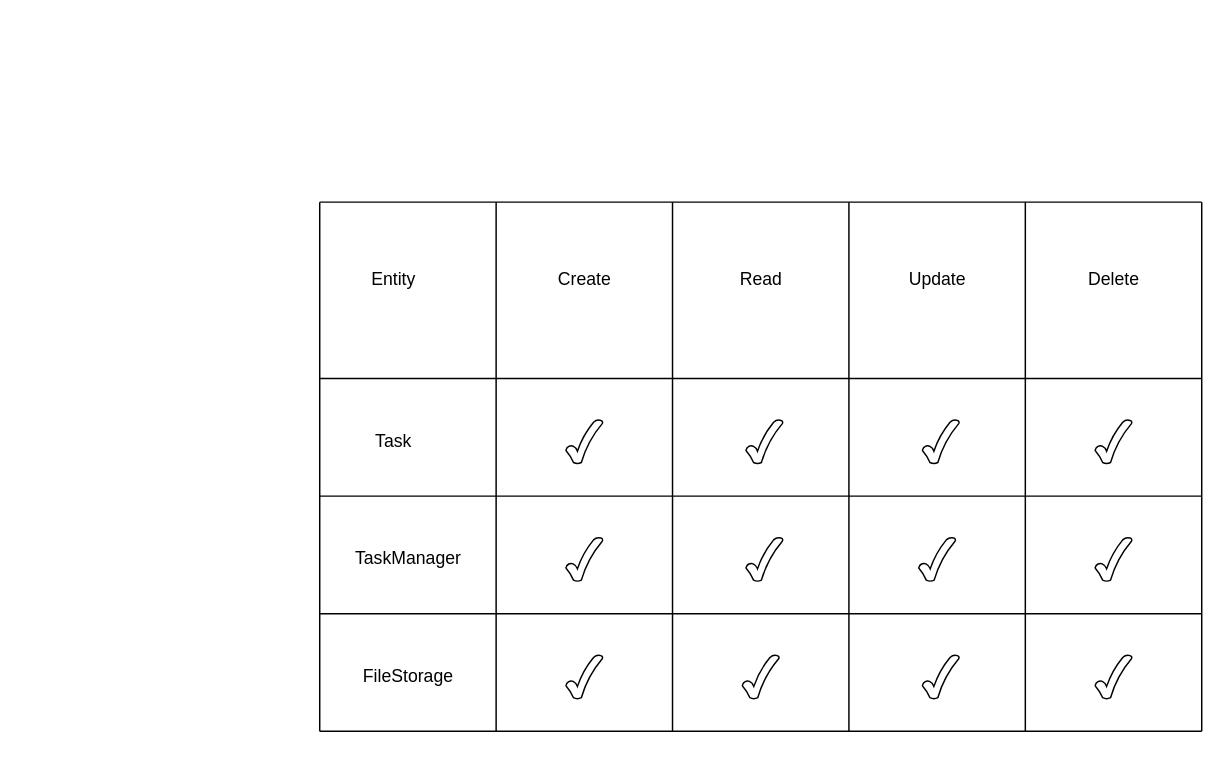
Before: CRUD Matrix.drawio in ouditt/stickynotes, a draw.io diagram. Source tidied: cells renumbered, new cells numbered last; positions are measured from the earlier drawing's top-left corner, leaving out a move shared by most shapes. Both pictures are drawn from the tidied source at 147%, with x=0, y=0 at pixel (319, 201).
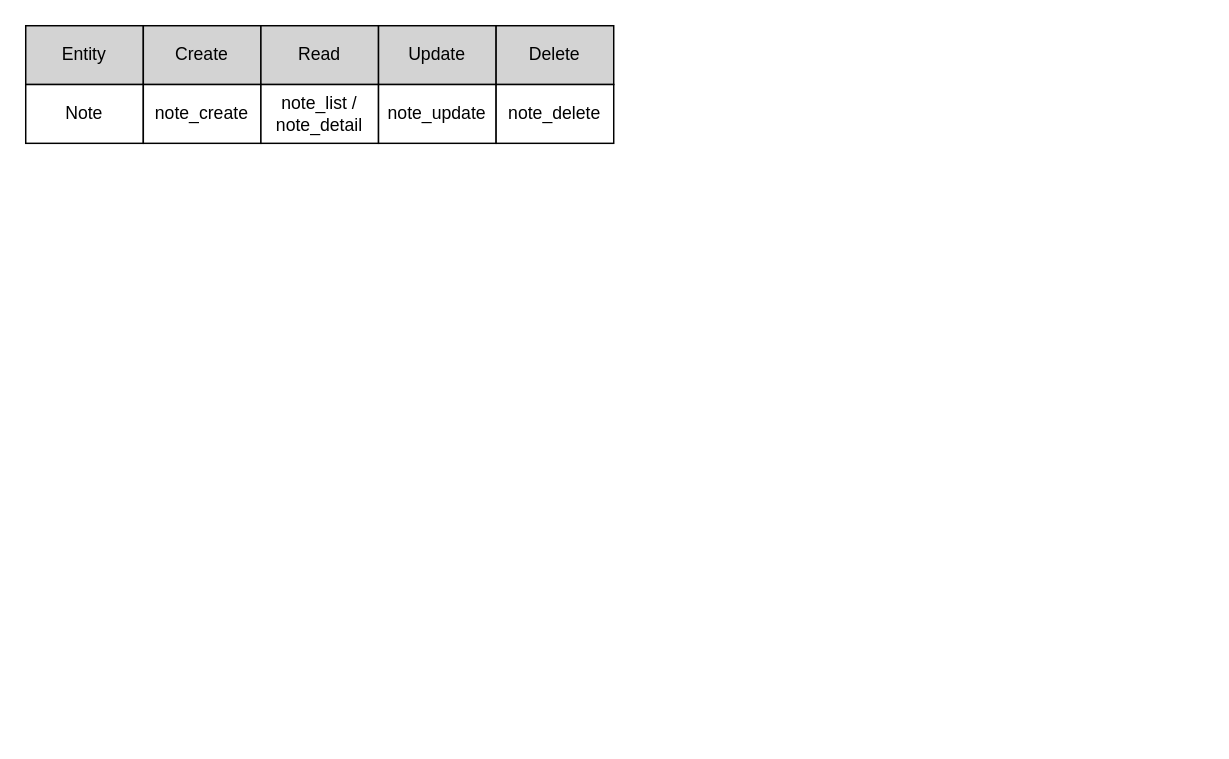
After the change.

Diff of the diagram source:
```diff
@@
-    <mxCell id="2" style="endArrow=none;html=1;rounded=0;" parent="1" edge="1">
-      <mxGeometry relative="1" as="geometry">
-        <mxPoint y="360" as="sourcePoint" />
-        <mxPoint as="targetPoint" />
-      </mxGeometry>
-    </mxCell>
-    <mxCell id="3" style="endArrow=none;html=1;rounded=0;" parent="1" edge="1">
-      <mxGeometry relative="1" as="geometry">
-        <mxPoint x="600" y="360" as="sourcePoint" />
-        <mxPoint x="600" as="targetPoint" />
-      </mxGeometry>
-    </mxCell>
-    <mxCell id="4" style="endArrow=none;html=1;rounded=0;" parent="1" edge="1">
-      <mxGeometry relative="1" as="geometry">
-        <mxPoint x="120" y="360" as="sourcePoint" />
-        <mxPoint x="120" as="targetPoint" />
-      </mxGeometry>
-    </mxCell>
-    <mxCell id="5" style="endArrow=none;html=1;rounded=0;" parent="1" edge="1">
-      <mxGeometry relative="1" as="geometry">
-        <mxPoint x="240" y="360" as="sourcePoint" />
-        <mxPoint x="240" as="targetPoint" />
-      </mxGeometry>
-    </mxCell>
-    <mxCell id="6" style="endArrow=none;html=1;rounded=0;" parent="1" edge="1">
-      <mxGeometry relative="1" as="geometry">
-        <mxPoint x="360" y="360" as="sourcePoint" />
-        <mxPoint x="360" as="targetPoint" />
-      </mxGeometry>
-    </mxCell>
-    <mxCell id="7" style="endArrow=none;html=1;rounded=0;" parent="1" edge="1">
-      <mxGeometry relative="1" as="geometry">
-        <mxPoint x="480" y="360" as="sourcePoint" />
-        <mxPoint x="480" as="targetPoint" />
-      </mxGeometry>
-    </mxCell>
-    <mxCell id="8" style="endArrow=none;html=1;rounded=0;" parent="1" edge="1">
-      <mxGeometry relative="1" as="geometry">
-        <mxPoint as="sourcePoint" />
-        <mxPoint x="600" as="targetPoint" />
-      </mxGeometry>
-    </mxCell>
-    <mxCell id="9" style="endArrow=none;html=1;rounded=0;" parent="1" edge="1">
-      <mxGeometry relative="1" as="geometry">
-        <mxPoint y="200" as="sourcePoint" />
-        <mxPoint x="600" y="200" as="targetPoint" />
-      </mxGeometry>
-    </mxCell>
-    <mxCell id="10" style="endArrow=none;html=1;rounded=0;" parent="1" edge="1">
-      <mxGeometry relative="1" as="geometry">
-        <mxPoint y="280" as="sourcePoint" />
-        <mxPoint x="600" y="280" as="targetPoint" />
-      </mxGeometry>
-    </mxCell>
-    <mxCell id="11" style="endArrow=none;html=1;rounded=0;" parent="1" edge="1">
-      <mxGeometry relative="1" as="geometry">
-        <mxPoint y="360" as="sourcePoint" />
-        <mxPoint x="600" y="360" as="targetPoint" />
-      </mxGeometry>
-    </mxCell>
-    <mxCell id="12" style="endArrow=none;html=1;rounded=0;" parent="1" edge="1">
-      <mxGeometry relative="1" as="geometry">
-        <mxPoint y="120" as="sourcePoint" />
-        <mxPoint x="600" y="120" as="targetPoint" />
-      </mxGeometry>
-    </mxCell>
-    <mxCell id="13" value="Entity" style="text;html=1;align=center;verticalAlign=middle;strokeColor=none;fillColor=none;" parent="1" vertex="1">
-      <mxGeometry x="25" y="38" width="50" height="30" as="geometry" />
+    <mxCell id="13" value="Entity" style="shape=rectangle;whiteSpace=wrap;html=1;fillColor=#D3D3D3;" parent="1" vertex="1">
+      <mxGeometry x="-200" y="-120" width="80" height="40" as="geometry" />
     </mxCell>
-    <mxCell id="14" value="Create" style="text;html=1;align=center;verticalAlign=middle;strokeColor=none;fillColor=none;" parent="1" vertex="1">
-      <mxGeometry x="150" y="38" width="60" height="30" as="geometry" />
+    <mxCell id="14" value="Create" style="shape=rectangle;whiteSpace=wrap;html=1;fillColor=#D3D3D3;" parent="1" vertex="1">
+      <mxGeometry x="-120" y="-120" width="80" height="40" as="geometry" />
     </mxCell>
-    <mxCell id="15" value="Read" style="text;html=1;align=center;verticalAlign=middle;strokeColor=none;fillColor=none;" parent="1" vertex="1">
-      <mxGeometry x="275" y="38" width="50" height="30" as="geometry" />
+    <mxCell id="15" value="Read" style="shape=rectangle;whiteSpace=wrap;html=1;fillColor=#D3D3D3;" parent="1" vertex="1">
+      <mxGeometry x="-40" y="-120" width="80" height="40" as="geometry" />
     </mxCell>
-    <mxCell id="16" value="Update" style="text;html=1;align=center;verticalAlign=middle;strokeColor=none;fillColor=none;" parent="1" vertex="1">
-      <mxGeometry x="390" y="38" width="60" height="30" as="geometry" />
+    <mxCell id="16" value="Update" style="shape=rectangle;whiteSpace=wrap;html=1;fillColor=#D3D3D3;" parent="1" vertex="1">
+      <mxGeometry x="40" y="-120" width="80" height="40" as="geometry" />
     </mxCell>
-    <mxCell id="17" value="Delete" style="text;html=1;align=center;verticalAlign=middle;strokeColor=none;fillColor=none;" parent="1" vertex="1">
-      <mxGeometry x="510" y="38" width="60" height="30" as="geometry" />
+    <mxCell id="17" value="Delete" style="shape=rectangle;whiteSpace=wrap;html=1;fillColor=#D3D3D3;" parent="1" vertex="1">
+      <mxGeometry x="120" y="-120" width="80" height="40" as="geometry" />
     </mxCell>
-    <mxCell id="18" value="Task" style="text;html=1;align=center;verticalAlign=middle;strokeColor=none;fillColor=none;" parent="1" vertex="1">
-      <mxGeometry x="25" y="148" width="50" height="30" as="geometry" />
-    </mxCell>
-    <mxCell id="19" value="TaskManager" style="text;html=1;align=center;verticalAlign=middle;strokeColor=none;fillColor=none;" parent="1" vertex="1">
-      <mxGeometry x="10" y="228" width="100" height="30" as="geometry" />
-    </mxCell>
-    <mxCell id="20" value="FileStorage" style="text;html=1;align=center;verticalAlign=middle;strokeColor=none;fillColor=none;" parent="1" vertex="1">
-      <mxGeometry x="20" y="308" width="80" height="30" as="geometry" />
-    </mxCell>
-    <mxCell id="21" style="verticalLabelPosition=bottom;verticalAlign=top;html=1;shape=mxgraph.basic.tick;" parent="1" vertex="1">
-      <mxGeometry x="167.5" y="148" width="25" height="30" as="geometry" />
-    </mxCell>
-    <mxCell id="22" style="verticalLabelPosition=bottom;verticalAlign=top;html=1;shape=mxgraph.basic.tick;" parent="1" vertex="1">
-      <mxGeometry x="410" y="148" width="25" height="30" as="geometry" />
-    </mxCell>
-    <mxCell id="23" style="verticalLabelPosition=bottom;verticalAlign=top;html=1;shape=mxgraph.basic.tick;" parent="1" vertex="1">
-      <mxGeometry x="290" y="148" width="25" height="30" as="geometry" />
-    </mxCell>
-    <mxCell id="24" style="verticalLabelPosition=bottom;verticalAlign=top;html=1;shape=mxgraph.basic.tick;" parent="1" vertex="1">
-      <mxGeometry x="527.5" y="148" width="25" height="30" as="geometry" />
-    </mxCell>
-    <mxCell id="25" style="verticalLabelPosition=bottom;verticalAlign=top;html=1;shape=mxgraph.basic.tick;" parent="1" vertex="1">
-      <mxGeometry x="167.5" y="228" width="25" height="30" as="geometry" />
-    </mxCell>
-    <mxCell id="26" style="verticalLabelPosition=bottom;verticalAlign=top;html=1;shape=mxgraph.basic.tick;" parent="1" vertex="1">
-      <mxGeometry x="290" y="228" width="25" height="30" as="geometry" />
-    </mxCell>
-    <mxCell id="27" style="verticalLabelPosition=bottom;verticalAlign=top;html=1;shape=mxgraph.basic.tick;" parent="1" vertex="1">
-      <mxGeometry x="407.5" y="228" width="25" height="30" as="geometry" />
-    </mxCell>
-    <mxCell id="28" style="verticalLabelPosition=bottom;verticalAlign=top;html=1;shape=mxgraph.basic.tick;" parent="1" vertex="1">
-      <mxGeometry x="527.5" y="228" width="25" height="30" as="geometry" />
-    </mxCell>
-    <mxCell id="29" style="verticalLabelPosition=bottom;verticalAlign=top;html=1;shape=mxgraph.basic.tick;" parent="1" vertex="1">
-      <mxGeometry x="167.5" y="308" width="25" height="30" as="geometry" />
-    </mxCell>
-    <mxCell id="30" style="verticalLabelPosition=bottom;verticalAlign=top;html=1;shape=mxgraph.basic.tick;" parent="1" vertex="1">
-      <mxGeometry x="287.5" y="308" width="25" height="30" as="geometry" />
-    </mxCell>
-    <mxCell id="31" style="verticalLabelPosition=bottom;verticalAlign=top;html=1;shape=mxgraph.basic.tick;" parent="1" vertex="1">
-      <mxGeometry x="410" y="308" width="25" height="30" as="geometry" />
-    </mxCell>
-    <mxCell id="32" style="verticalLabelPosition=bottom;verticalAlign=top;html=1;shape=mxgraph.basic.tick;" parent="1" vertex="1">
-      <mxGeometry x="527.5" y="308" width="25" height="30" as="geometry" />
-    </mxCell>
+    <mxCell id="33" value="Note" style="shape=rectangle;whiteSpace=wrap;html=1;" parent="1" vertex="1">
+      <mxGeometry x="-200" y="-80" width="80" height="40" as="geometry" />
+    </mxCell>
+    <mxCell id="34" value="note_create" style="shape=rectangle;whiteSpace=wrap;html=1;" parent="1" vertex="1">
+      <mxGeometry x="-120" y="-80" width="80" height="40" as="geometry" />
+    </mxCell>
+    <mxCell id="35" value="note_list / note_detail" style="shape=rectangle;whiteSpace=wrap;html=1;" parent="1" vertex="1">
+      <mxGeometry x="-40" y="-80" width="80" height="40" as="geometry" />
+    </mxCell>
+    <mxCell id="36" value="note_update" style="shape=rectangle;whiteSpace=wrap;html=1;" parent="1" vertex="1">
+      <mxGeometry x="40" y="-80" width="80" height="40" as="geometry" />
+    </mxCell>
+    <mxCell id="37" value="note_delete" style="shape=rectangle;whiteSpace=wrap;html=1;" parent="1" vertex="1">
+      <mxGeometry x="120" y="-80" width="80" height="40" as="geometry" />
+    </mxCell>
```
